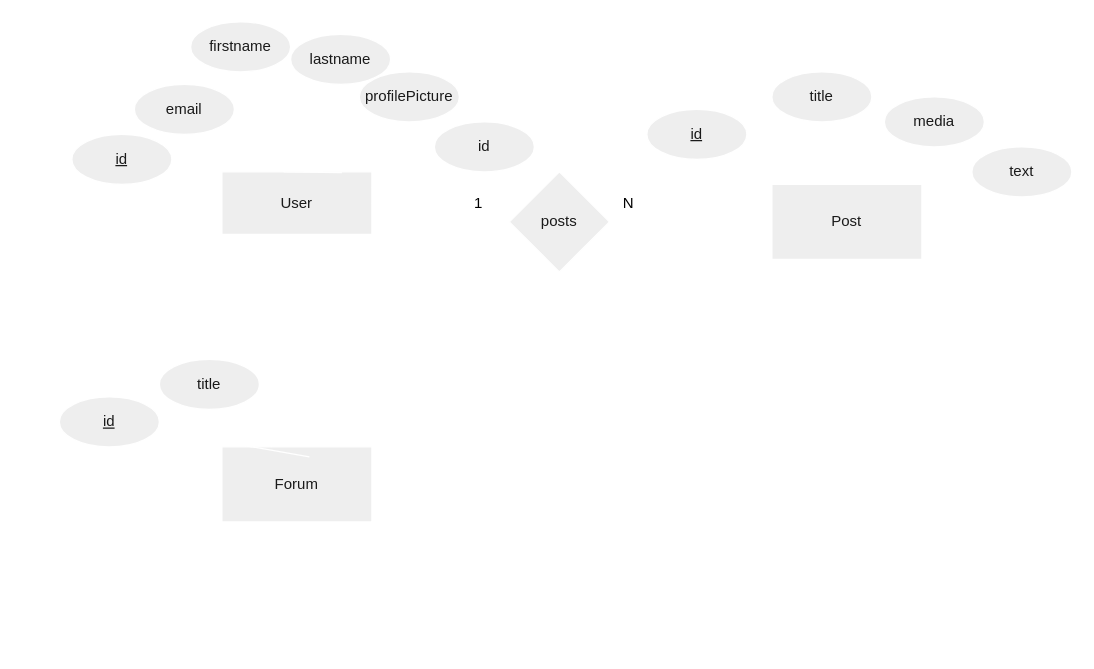
FegelSamuel/Agora-Bloom keeps this draw.io diagram as Untitled Diagram.drawio. Above is the earlier version. Source tidied: cells renumbered, new cells numbered last; positions are measured from the earlier drawing's top-left corner, leaving out a move shared by most shapes. Both pictures are drawn from the tidied source at 125%, with x=0, y=0 at pixel (59, 21).
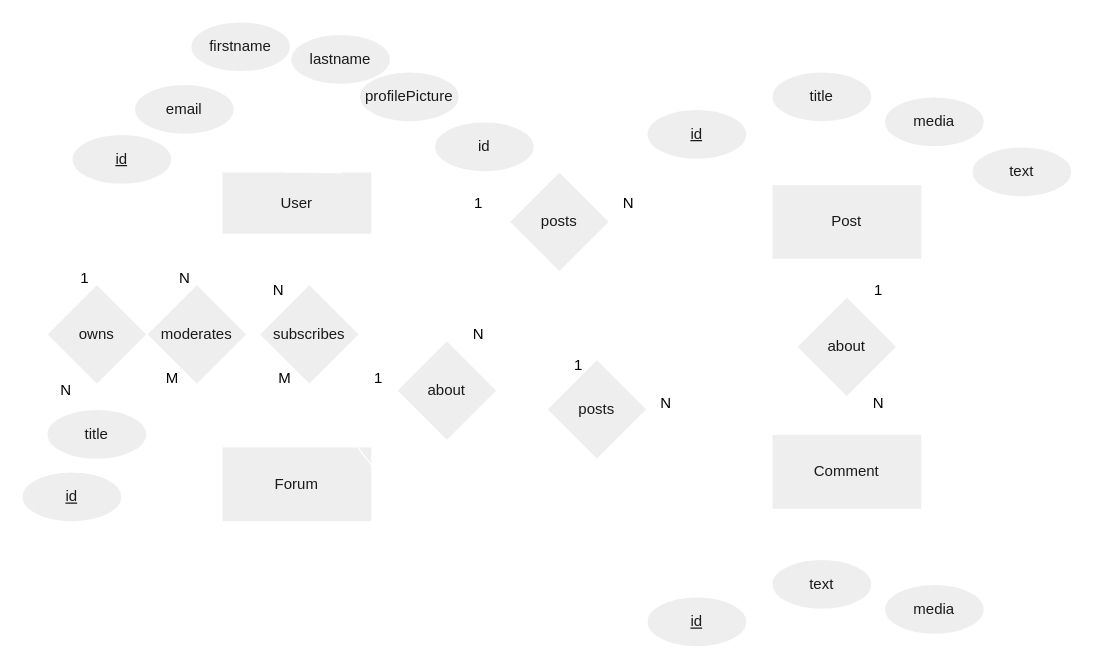
After the change.

Unchanged cells that the change refers to:
```xml
<mxCell id="2" value="&lt;span style=&quot;&quot;&gt;User&lt;/span&gt;" style="rounded=0;whiteSpace=wrap;html=1;fillColor=#EEEEEE;strokeColor=#FFFFFF;fontColor=#1A1A1A;labelBackgroundColor=none;" parent="1" vertex="1">
  <mxGeometry x="130" y="120" width="120" height="50" as="geometry" />
</mxCell>
<mxCell id="20" value="Post" style="rounded=0;whiteSpace=wrap;html=1;strokeColor=#FFFFFF;fontColor=#1A1A1A;fillColor=#EEEEEE;" parent="1" vertex="1">
  <mxGeometry x="570" y="130" width="120" height="60" as="geometry" />
</mxCell>
<mxCell id="29" value="Forum" style="rounded=0;whiteSpace=wrap;html=1;strokeColor=#FFFFFF;fontColor=#1A1A1A;fillColor=#EEEEEE;" parent="1" vertex="1">
  <mxGeometry x="130" y="340" width="120" height="60" as="geometry" />
</mxCell>
```

What changed in the source:
```diff
@@
-    <mxCell id="30" style="endArrow=none;html=1;rounded=0;exitX=-0.004;exitY=0.162;exitDx=0;exitDy=0;exitPerimeter=0;strokeColor=#FFFFFF;fontColor=default;labelBackgroundColor=none;" parent="1" edge="1" target="31">
-      <mxGeometry relative="1" as="geometry">
-        <mxPoint x="200" y="348" as="sourcePoint" />
-      </mxGeometry>
+    <mxCell id="30" style="endArrow=none;html=1;rounded=0;exitX=0;exitY=0.75;exitDx=0;exitDy=0;strokeColor=#FFFFFF;fontColor=default;labelBackgroundColor=none;" parent="1" edge="1" source="29" target="31">
+      <mxGeometry relative="1" as="geometry" />
     </mxCell>
     <mxCell id="31" value="&lt;u&gt;id&lt;/u&gt;" style="ellipse;whiteSpace=wrap;html=1;strokeColor=#FFFFFF;fontColor=#1A1A1A;fillColor=#EEEEEE;labelBackgroundColor=none;" parent="1" vertex="1">
-      <mxGeometry y="300" width="80" height="40" as="geometry" />
+      <mxGeometry x="-30" y="360" width="80" height="40" as="geometry" />
     </mxCell>
     <mxCell id="32" value="title" style="ellipse;whiteSpace=wrap;html=1;strokeColor=#FFFFFF;fontColor=#1A1A1A;fillColor=#EEEEEE;labelBackgroundColor=none;" parent="1" vertex="1">
-      <mxGeometry x="80" y="270" width="80" height="40" as="geometry" />
+      <mxGeometry x="-10" y="310" width="80" height="40" as="geometry" />
     </mxCell>
-    <mxCell id="33" style="endArrow=none;html=1;rounded=0;strokeColor=#FFFFFF;fontColor=#FFFFFF;exitX=0.333;exitY=0;exitDx=0;exitDy=0;exitPerimeter=0;entryX=1;entryY=1;entryDx=0;entryDy=0;" parent="1" edge="1" source="29" target="32">
+    <mxCell id="33" style="endArrow=none;html=1;rounded=0;strokeColor=#FFFFFF;fontColor=#FFFFFF;exitX=0;exitY=0.25;exitDx=0;exitDy=0;entryX=1;entryY=1;entryDx=0;entryDy=0;" parent="1" edge="1" source="29" target="32">
       <mxGeometry relative="1" as="geometry" />
     </mxCell>
+    <mxCell id="34" value="owns" style="rhombus;whiteSpace=wrap;html=1;strokeColor=#FFFFFF;fontColor=#1A1A1A;fillColor=#EEEEEE;" parent="1" vertex="1">
+      <mxGeometry x="-10" y="210" width="80" height="80" as="geometry" />
+    </mxCell>
+    <mxCell id="35" value="moderates" style="rhombus;whiteSpace=wrap;html=1;strokeColor=#FFFFFF;fontColor=#1A1A1A;fillColor=#EEEEEE;" parent="1" vertex="1">
+      <mxGeometry x="70" y="210" width="80" height="80" as="geometry" />
+    </mxCell>
+    <mxCell id="36" style="endArrow=none;html=1;rounded=0;strokeColor=#FFFFFF;fontColor=#FFFFFF;exitX=0.5;exitY=0;exitDx=0;exitDy=0;entryX=0.25;entryY=1;entryDx=0;entryDy=0;" parent="1" edge="1" source="34" target="2">
+      <mxGeometry relative="1" as="geometry" />
+    </mxCell>
+    <mxCell id="37" style="endArrow=none;html=1;rounded=0;strokeColor=#FFFFFF;fontColor=#FFFFFF;exitX=0.5;exitY=0;exitDx=0;exitDy=0;entryX=0.651;entryY=1.045;entryDx=0;entryDy=0;entryPerimeter=0;" parent="1" edge="1" source="35" target="2">
+      <mxGeometry relative="1" as="geometry" />
+    </mxCell>
+    <mxCell id="38" style="endArrow=none;html=1;rounded=0;strokeColor=#FFFFFF;fontColor=#FFFFFF;exitX=0.5;exitY=1;exitDx=0;exitDy=0;entryX=0.151;entryY=-0.044;entryDx=0;entryDy=0;entryPerimeter=0;" parent="1" edge="1" source="34" target="29">
+      <mxGeometry relative="1" as="geometry" />
+    </mxCell>
+    <mxCell id="39" style="endArrow=none;html=1;rounded=0;strokeColor=#FFFFFF;fontColor=#FFFFFF;entryX=0.5;entryY=1;entryDx=0;entryDy=0;exitX=0.75;exitY=0;exitDx=0;exitDy=0;" parent="1" edge="1" source="29" target="35">
+      <mxGeometry relative="1" as="geometry" />
+    </mxCell>
+    <mxCell id="40" value="1" style="text;html=1;align=center;verticalAlign=middle;strokeColor=none;fillColor=none;fontColor=light-dark(#000000,#000000);" parent="1" vertex="1">
+      <mxGeometry x="5" y="190" width="30" height="30" as="geometry" />
+    </mxCell>
+    <mxCell id="41" value="&lt;span style=&quot;caret-color: rgba(0, 0, 0, 0);&quot;&gt;N&lt;/span&gt;" style="text;html=1;align=center;verticalAlign=middle;strokeColor=none;fillColor=none;fontColor=light-dark(#000000,#000000);" parent="1" vertex="1">
+      <mxGeometry x="-10" y="280" width="30" height="30" as="geometry" />
+    </mxCell>
+    <mxCell id="42" value="&lt;span style=&quot;caret-color: rgba(0, 0, 0, 0);&quot;&gt;N&lt;/span&gt;" style="text;html=1;align=center;verticalAlign=middle;strokeColor=none;fillColor=none;fontColor=light-dark(#000000,#000000);" parent="1" vertex="1">
+      <mxGeometry x="85" y="190" width="30" height="30" as="geometry" />
+    </mxCell>
+    <mxCell id="43" value="M" style="text;html=1;align=center;verticalAlign=middle;strokeColor=none;fillColor=none;fontColor=light-dark(#000000,#000000);" parent="1" vertex="1">
+      <mxGeometry x="75" y="270" width="30" height="30" as="geometry" />
+    </mxCell>
+    <mxCell id="44" value="subscribes" style="rhombus;whiteSpace=wrap;html=1;strokeColor=#FFFFFF;fontColor=#1A1A1A;fillColor=#EEEEEE;" parent="1" vertex="1">
+      <mxGeometry x="160" y="210" width="80" height="80" as="geometry" />
+    </mxCell>
+    <mxCell id="45" value="M" style="text;html=1;align=center;verticalAlign=middle;strokeColor=none;fillColor=none;fontColor=light-dark(#000000,#000000);" parent="1" vertex="1">
+      <mxGeometry x="165" y="270" width="30" height="30" as="geometry" />
+    </mxCell>
+    <mxCell id="46" value="&lt;span style=&quot;caret-color: rgba(0, 0, 0, 0);&quot;&gt;N&lt;/span&gt;" style="text;html=1;align=center;verticalAlign=middle;strokeColor=none;fillColor=none;fontColor=light-dark(#000000,#000000);" parent="1" vertex="1">
+      <mxGeometry x="160" y="200" width="30" height="30" as="geometry" />
+    </mxCell>
+    <mxCell id="47" style="endArrow=none;html=1;rounded=0;strokeColor=#FFFFFF;fontColor=#FFFFFF;exitX=1;exitY=1;exitDx=0;exitDy=0;entryX=0.5;entryY=0;entryDx=0;entryDy=0;" parent="1" edge="1" source="2" target="44">
+      <mxGeometry relative="1" as="geometry" />
+    </mxCell>
+    <mxCell id="48" style="endArrow=none;html=1;rounded=0;strokeColor=#FFFFFF;fontColor=#FFFFFF;exitX=1;exitY=0.25;exitDx=0;exitDy=0;entryX=0.5;entryY=1;entryDx=0;entryDy=0;" parent="1" edge="1" source="29" target="44">
+      <mxGeometry relative="1" as="geometry" />
+    </mxCell>
+    <mxCell id="49" value="Comment" style="rounded=0;whiteSpace=wrap;html=1;strokeColor=#FFFFFF;fontColor=#1A1A1A;fillColor=#EEEEEE;" parent="1" vertex="1">
+      <mxGeometry x="570" y="330" width="120" height="60" as="geometry" />
+    </mxCell>
+    <mxCell id="50" value="about" style="rhombus;whiteSpace=wrap;html=1;strokeColor=#FFFFFF;fontColor=#1A1A1A;fillColor=#EEEEEE;labelBackgroundColor=none;" parent="1" vertex="1">
+      <mxGeometry x="270" y="255" width="80" height="80" as="geometry" />
+    </mxCell>
+    <mxCell id="51" style="endArrow=none;html=1;rounded=0;strokeColor=#FFFFFF;fontColor=#FFFFFF;exitX=1;exitY=0.25;exitDx=0;exitDy=0;entryX=0.114;entryY=0.667;entryDx=0;entryDy=0;entryPerimeter=0;" parent="1" edge="1" source="29" target="50">
+      <mxGeometry relative="1" as="geometry" />
+    </mxCell>
+    <mxCell id="52" style="endArrow=none;html=1;rounded=0;strokeColor=#FFFFFF;fontColor=#FFFFFF;exitX=1;exitY=0;exitDx=0;exitDy=0;entryX=0.25;entryY=1;entryDx=0;entryDy=0;" parent="1" edge="1" source="50" target="20">
+      <mxGeometry relative="1" as="geometry" />
+    </mxCell>
+    <mxCell id="53" value="&lt;span style=&quot;caret-color: rgba(0, 0, 0, 0);&quot;&gt;N&lt;/span&gt;" style="text;html=1;align=center;verticalAlign=middle;strokeColor=none;fillColor=none;fontColor=light-dark(#000000,#000000);" parent="1" vertex="1">
+      <mxGeometry x="320" y="235" width="30" height="30" as="geometry" />
+    </mxCell>
+    <mxCell id="54" value="1" style="text;html=1;align=center;verticalAlign=middle;strokeColor=none;fillColor=none;fontColor=light-dark(#000000,#000000);" parent="1" vertex="1">
+      <mxGeometry x="240" y="270" width="30" height="30" as="geometry" />
+    </mxCell>
+    <mxCell id="55" value="about" style="rhombus;whiteSpace=wrap;html=1;strokeColor=#FFFFFF;fontColor=#1A1A1A;fillColor=#EEEEEE;" parent="1" vertex="1">
+      <mxGeometry x="590" y="220" width="80" height="80" as="geometry" />
+    </mxCell>
+    <mxCell id="56" style="endArrow=none;html=1;rounded=0;strokeColor=#FFFFFF;fontColor=#FFFFFF;exitX=0.5;exitY=0;exitDx=0;exitDy=0;entryX=0.5;entryY=1;entryDx=0;entryDy=0;" parent="1" edge="1" source="55" target="20">
+      <mxGeometry relative="1" as="geometry" />
+    </mxCell>
+    <mxCell id="57" value="1" style="text;html=1;align=center;verticalAlign=middle;strokeColor=none;fillColor=none;fontColor=light-dark(#000000,#000000);" parent="1" vertex="1">
+      <mxGeometry x="640" y="200" width="30" height="30" as="geometry" />
+    </mxCell>
+    <mxCell id="58" style="endArrow=none;html=1;rounded=0;strokeColor=#FFFFFF;fontColor=#FFFFFF;exitX=0.5;exitY=0;exitDx=0;exitDy=0;entryX=0.5;entryY=1;entryDx=0;entryDy=0;" parent="1" edge="1" source="49" target="55">
+      <mxGeometry relative="1" as="geometry" />
+    </mxCell>
+    <mxCell id="59" value="&lt;span style=&quot;caret-color: rgba(0, 0, 0, 0);&quot;&gt;N&lt;/span&gt;" style="text;html=1;align=center;verticalAlign=middle;strokeColor=none;fillColor=none;fontColor=light-dark(#000000,#000000);" parent="1" vertex="1">
+      <mxGeometry x="640" y="290" width="30" height="30" as="geometry" />
+    </mxCell>
+    <mxCell id="60" value="posts" style="rhombus;whiteSpace=wrap;html=1;strokeColor=#FFFFFF;fontColor=#1A1A1A;fillColor=#EEEEEE;labelBackgroundColor=none;" parent="1" vertex="1">
+      <mxGeometry x="390" y="270" width="80" height="80" as="geometry" />
+    </mxCell>
+    <mxCell id="61" style="endArrow=none;html=1;rounded=0;strokeColor=#FFFFFF;fontColor=#FFFFFF;entryX=1;entryY=1;entryDx=0;entryDy=0;" parent="1" edge="1" target="2">
+      <mxGeometry relative="1" as="geometry">
+        <mxPoint x="410" y="290" as="sourcePoint" />
+      </mxGeometry>
+    </mxCell>
+    <mxCell id="62" style="endArrow=none;html=1;rounded=0;strokeColor=#FFFFFF;fontColor=#FFFFFF;exitX=0;exitY=0.5;exitDx=0;exitDy=0;" parent="1" edge="1" source="49" target="60">
+      <mxGeometry relative="1" as="geometry" />
+    </mxCell>
+    <mxCell id="63" value="1" style="text;html=1;align=center;verticalAlign=middle;strokeColor=none;fillColor=none;fontColor=light-dark(#000000,#000000);" parent="1" vertex="1">
+      <mxGeometry x="400" y="260" width="30" height="30" as="geometry" />
+    </mxCell>
+    <mxCell id="64" value="&lt;span style=&quot;caret-color: rgba(0, 0, 0, 0);&quot;&gt;N&lt;/span&gt;" style="text;html=1;align=center;verticalAlign=middle;strokeColor=none;fillColor=none;fontColor=light-dark(#000000,#000000);" parent="1" vertex="1">
+      <mxGeometry x="470" y="290" width="30" height="30" as="geometry" />
+    </mxCell>
+    <mxCell id="65" style="endArrow=none;html=1;rounded=0;strokeColor=#FFFFFF;fontColor=#FFFFFF;entryX=1;entryY=1;entryDx=0;entryDy=0;exitX=0;exitY=1;exitDx=0;exitDy=0;" parent="1" edge="1" source="49" target="66">
+      <mxGeometry relative="1" as="geometry" />
+    </mxCell>
+    <mxCell id="66" value="&lt;u&gt;id&lt;/u&gt;" style="ellipse;whiteSpace=wrap;html=1;strokeColor=#FFFFFF;fontColor=#1A1A1A;fillColor=#EEEEEE;labelBackgroundColor=none;" parent="1" vertex="1">
+      <mxGeometry x="470" y="460" width="80" height="40" as="geometry" />
+    </mxCell>
+    <mxCell id="67" value="media" style="ellipse;whiteSpace=wrap;html=1;strokeColor=#FFFFFF;fontColor=#1A1A1A;fillColor=#EEEEEE;labelBackgroundColor=none;" parent="1" vertex="1">
+      <mxGeometry x="660" y="450" width="80" height="40" as="geometry" />
+    </mxCell>
+    <mxCell id="68" style="endArrow=none;html=1;rounded=0;strokeColor=#FFFFFF;fontColor=#FFFFFF;entryX=0.419;entryY=0.992;entryDx=0;entryDy=0;exitX=0.566;exitY=0.034;exitDx=0;exitDy=0;entryPerimeter=0;exitPerimeter=0;" parent="1" edge="1" source="70" target="49">
+      <mxGeometry relative="1" as="geometry" />
+    </mxCell>
+    <mxCell id="69" style="endArrow=none;html=1;rounded=0;strokeColor=#FFFFFF;fontColor=#FFFFFF;entryX=0.75;entryY=1;entryDx=0;entryDy=0;exitX=0.316;exitY=0.05;exitDx=0;exitDy=0;exitPerimeter=0;" parent="1" edge="1" source="67" target="49">
+      <mxGeometry relative="1" as="geometry" />
+    </mxCell>
+    <mxCell id="70" value="text" style="ellipse;whiteSpace=wrap;html=1;strokeColor=#FFFFFF;fontColor=#1A1A1A;fillColor=#EEEEEE;labelBackgroundColor=none;" parent="1" vertex="1">
+      <mxGeometry x="570" y="430" width="80" height="40" as="geometry" />
+    </mxCell>
```
